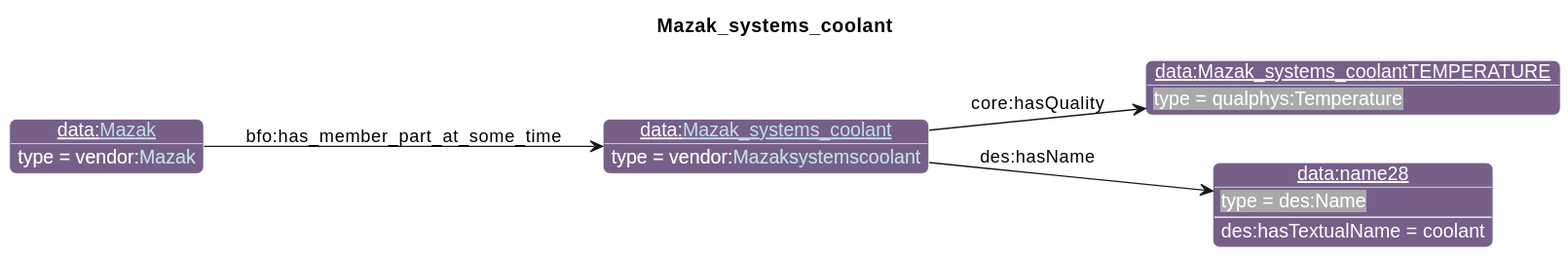
Before: diagrams/Mazak_systems_coolant.svg, a diagram exported from PlantUML (iofoundry/example-syseng-mtconnect).
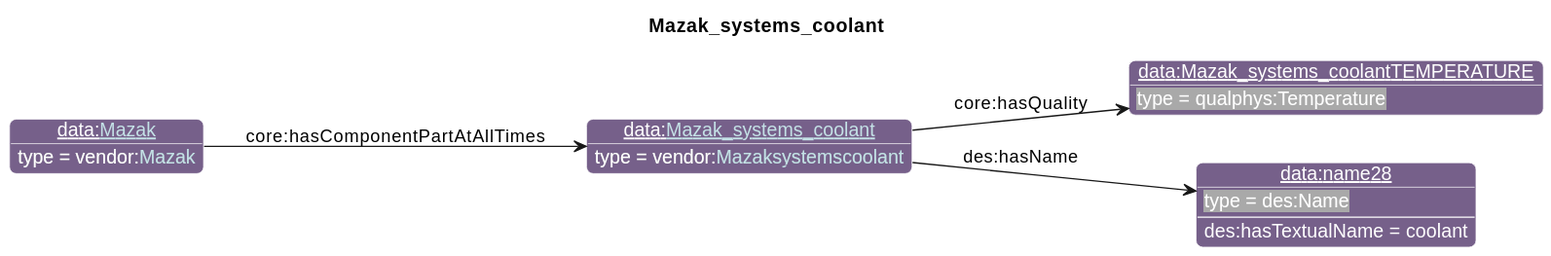
Above is the later version.

Diff of the diagram source:
```diff
@@ -32,5 +32,5 @@
 property(o0, "core:hasQuality", o1)
 property(o0, "des:hasName", o2)
 data(o2, "des:hasTextualName", "coolant")
-property(o3, "bfo:has_member_part_at_some_time", o0)
+property(o3, "core:hasComponentPartAtAllTimes", o0)
 @enduml
```
